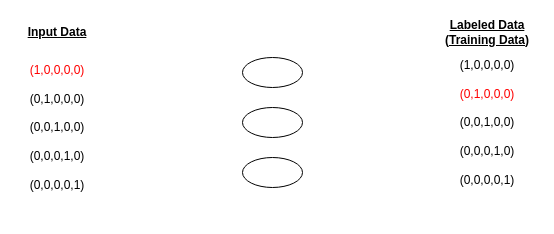
Before: MachineLearningOnAWS/Word2vec.drawio in developer-onizuka/Diagrams, a draw.io diagram. Source tidied: cells renumbered, new cells numbered last; positions are measured from the earlier drawing's top-left corner, leaving out a move shared by most shapes. Both pictures are drawn from the tidied source at 100%, with x=0, y=0 at pixel (17, 17).
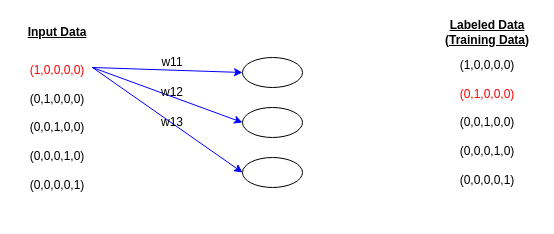
After the change.

Commit message (it also covers changes not shown here):
Word2vec.drawio を更新します

The edit, as a diff of the source:
```diff
@@
 <mxGraphModel>
   <root>
     <mxCell id="0" />
     <mxCell id="1" parent="0" />
     <mxCell id="2" value="&lt;font color=&quot;#ff0000&quot;&gt;(1,0,0,0,0)&lt;br&gt;&lt;/font&gt;&lt;br&gt;(0,1,0,0,0)&lt;br&gt;&lt;br&gt;(0,0,1,0,0)&lt;br&gt;&lt;br&gt;(0,0,0,1,0)&lt;br&gt;&lt;br&gt;(0,0,0,0,1)" style="text;html=1;strokeColor=none;fillColor=none;align=center;verticalAlign=middle;whiteSpace=wrap;rounded=0;" parent="1" vertex="1">
       <mxGeometry x="5" y="20" width="70" height="180" as="geometry" />
     </mxCell>
     <mxCell id="3" style="ellipse;whiteSpace=wrap;html=1;" parent="1" vertex="1">
       <mxGeometry x="225" y="40" width="60" height="30" as="geometry" />
     </mxCell>
     <mxCell id="4" style="ellipse;whiteSpace=wrap;html=1;" parent="1" vertex="1">
       <mxGeometry x="225" y="90" width="60" height="30" as="geometry" />
     </mxCell>
     <mxCell id="5" style="ellipse;whiteSpace=wrap;html=1;" parent="1" vertex="1">
       <mxGeometry x="225" y="140" width="60" height="30" as="geometry" />
     </mxCell>
     <mxCell id="6" value="(1,0,0,0,0)&lt;br&gt;&lt;br&gt;&lt;font color=&quot;#ff0000&quot;&gt;(0,1,0,0,0)&lt;br&gt;&lt;/font&gt;&lt;br&gt;(0,0,1,0,0)&lt;br&gt;&lt;br&gt;(0,0,0,1,0)&lt;br&gt;&lt;br&gt;(0,0,0,0,1)" style="text;html=1;strokeColor=none;fillColor=none;align=center;verticalAlign=middle;whiteSpace=wrap;rounded=0;" parent="1" vertex="1">
       <mxGeometry x="435" y="15" width="70" height="180" as="geometry" />
     </mxCell>
     <mxCell id="7" value="&lt;b&gt;&lt;u&gt;Input Data&lt;/u&gt;&lt;/b&gt;" style="text;html=1;strokeColor=none;fillColor=none;align=center;verticalAlign=middle;whiteSpace=wrap;rounded=0;" parent="1" vertex="1">
       <mxGeometry width="80" height="30" as="geometry" />
     </mxCell>
     <mxCell id="8" value="&lt;b&gt;&lt;u&gt;Labeled Data&lt;br&gt;(Training Data)&lt;br&gt;&lt;/u&gt;&lt;/b&gt;" style="text;html=1;strokeColor=none;fillColor=none;align=center;verticalAlign=middle;whiteSpace=wrap;rounded=0;" parent="1" vertex="1">
       <mxGeometry x="420" width="100" height="30" as="geometry" />
     </mxCell>
+    <mxCell id="9" style="endArrow=classic;html=1;rounded=0;entryX=0;entryY=0.5;entryDx=0;entryDy=0;strokeColor=#0000FF;" parent="1" edge="1" target="3">
+      <mxGeometry relative="1" as="geometry">
+        <mxPoint x="75" y="50" as="sourcePoint" />
+      </mxGeometry>
+    </mxCell>
+    <mxCell id="10" style="endArrow=classic;html=1;rounded=0;entryX=0;entryY=0.5;entryDx=0;entryDy=0;exitX=1;exitY=0.167;exitDx=0;exitDy=0;exitPerimeter=0;strokeColor=#0000FF;" parent="1" edge="1" source="2" target="4">
+      <mxGeometry relative="1" as="geometry" />
+    </mxCell>
+    <mxCell id="11" style="endArrow=classic;html=1;rounded=0;entryX=0;entryY=0.5;entryDx=0;entryDy=0;strokeColor=#0000FF;" parent="1" edge="1" target="5">
+      <mxGeometry relative="1" as="geometry">
+        <mxPoint x="75" y="50" as="sourcePoint" />
+      </mxGeometry>
+    </mxCell>
+    <mxCell id="12" value="w11" style="text;html=1;strokeColor=none;fillColor=none;align=center;verticalAlign=middle;whiteSpace=wrap;rounded=0;" parent="1" vertex="1">
+      <mxGeometry x="125" y="30" width="60" height="30" as="geometry" />
+    </mxCell>
+    <mxCell id="13" value="w12" style="text;html=1;strokeColor=none;fillColor=none;align=center;verticalAlign=middle;whiteSpace=wrap;rounded=0;" parent="1" vertex="1">
+      <mxGeometry x="125" y="60" width="60" height="30" as="geometry" />
+    </mxCell>
+    <mxCell id="14" value="w13" style="text;html=1;strokeColor=none;fillColor=none;align=center;verticalAlign=middle;whiteSpace=wrap;rounded=0;" parent="1" vertex="1">
+      <mxGeometry x="125" y="90" width="60" height="30" as="geometry" />
+    </mxCell>
   </root>
 </mxGraphModel>
```
